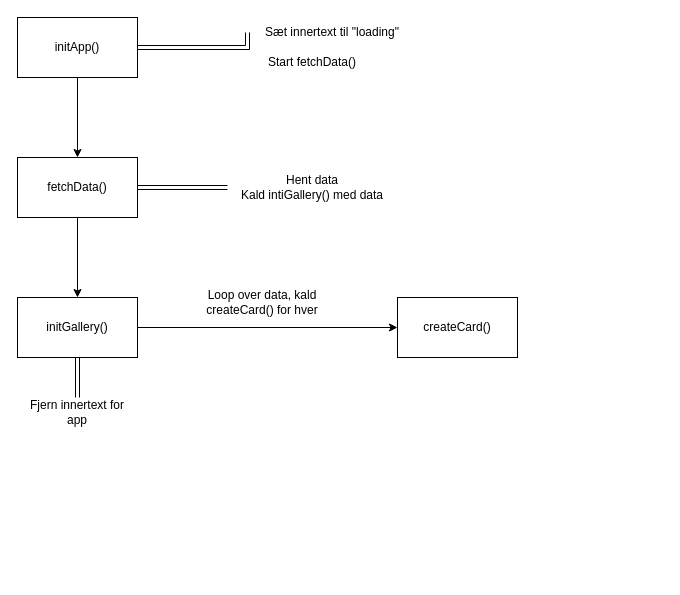
Before: assets/Unavngivet diagram.drawio in MikkelBirkeholm/animal-gallery-opgave, a draw.io diagram. Source tidied: cells renumbered, new cells numbered last; positions are measured from the earlier drawing's top-left corner, leaving out a move shared by most shapes. Both pictures are drawn from the tidied source at 100%, with x=0, y=0 at pixel (17, 17).
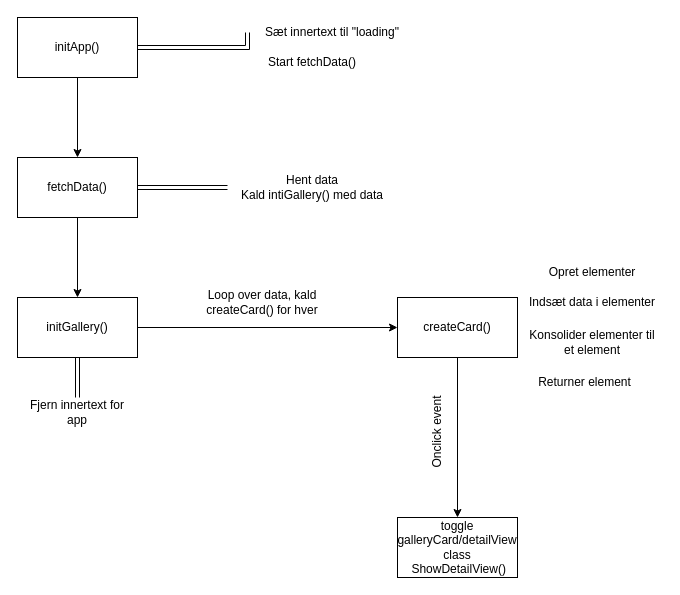
The same diagram, later.

Unchanged cells that the change refers to:
```xml
<mxCell id="16" value="createCard()" style="rounded=0;whiteSpace=wrap;html=1;" parent="1" vertex="1">
  <mxGeometry x="380" y="280" width="120" height="60" as="geometry" />
</mxCell>
```

Diff of the diagram source:
```diff
@@
+    <mxCell id="17" style="edgeStyle=orthogonalEdgeStyle;rounded=0;jettySize=auto;html=1;" parent="1" edge="1" source="16" target="22">
+      <mxGeometry relative="1" as="geometry" />
+    </mxCell>
@@
+    <mxCell id="18" value="Opret elementer" style="text;html=1;strokeColor=none;fillColor=none;align=center;verticalAlign=middle;whiteSpace=wrap;rounded=0;" parent="1" vertex="1">
+      <mxGeometry x="510" y="240" width="130" height="30" as="geometry" />
+    </mxCell>
+    <mxCell id="19" value="Indsæt data i elementer" style="text;html=1;strokeColor=none;fillColor=none;align=center;verticalAlign=middle;whiteSpace=wrap;rounded=0;" parent="1" vertex="1">
+      <mxGeometry x="505" y="270" width="140" height="30" as="geometry" />
+    </mxCell>
+    <mxCell id="20" value="Konsolider elementer til et element" style="text;html=1;strokeColor=none;fillColor=none;align=center;verticalAlign=middle;whiteSpace=wrap;rounded=0;" parent="1" vertex="1">
+      <mxGeometry x="510" y="310" width="130" height="30" as="geometry" />
+    </mxCell>
+    <mxCell id="21" value="Returner element" style="text;html=1;strokeColor=none;fillColor=none;align=center;verticalAlign=middle;whiteSpace=wrap;rounded=0;" parent="1" vertex="1">
+      <mxGeometry x="510" y="350" width="115" height="30" as="geometry" />
+    </mxCell>
+    <mxCell id="22" value="toggle galleryCard/detailView class&lt;br&gt;&amp;nbsp;ShowDetailView()" style="rounded=0;whiteSpace=wrap;html=1;" parent="1" vertex="1">
+      <mxGeometry x="380" y="500" width="120" height="60" as="geometry" />
+    </mxCell>
+    <mxCell id="23" value="Onclick event" style="text;html=1;align=center;verticalAlign=middle;strokeColor=none;fillColor=none;rotation=-90;" parent="1" vertex="1">
+      <mxGeometry x="370" y="400" width="100" height="30" as="geometry" />
+    </mxCell>
```
